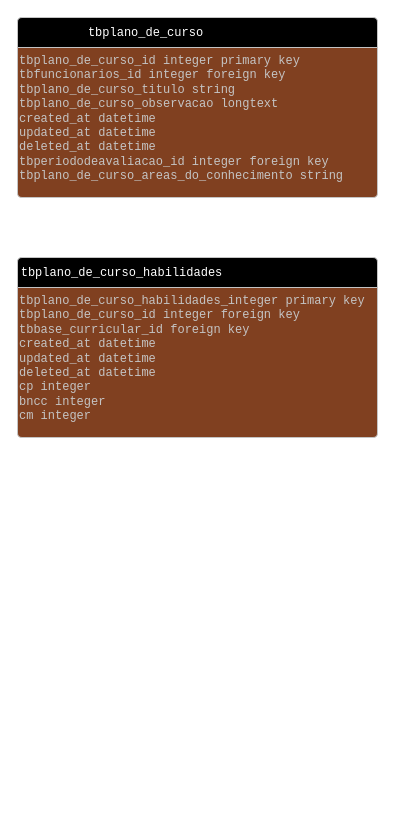
Before: Diagrama sem nome.drawio in DjalmaANeto/modelagem-planos-de-curso-aula, a draw.io diagram. Source tidied: cells renumbered, new cells numbered last; positions are measured from the earlier drawing's top-left corner, leaving out a move shared by most shapes. Both pictures are drawn from the tidied source at 100%, with x=0, y=0 at pixel (17, 17).
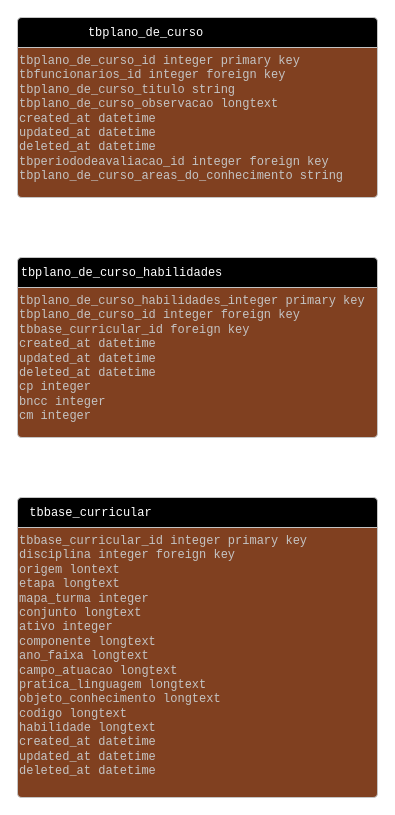
After the change.

The edit, as a diff of the source:
```diff
@@
 <mxGraphModel>
   <root>
     <mxCell id="0" />
     <mxCell id="1" parent="0" />
     <mxCell id="2" style="graphMlID=entity0;gradientDirection=east;shape=swimlane;startSize=30;rounded=1;arcSize=5;fillColor=undefined;strokeColor=#c4c4c4;strokeWidth=1.0;swimlaneFillColor=#804020;" parent="1" vertex="1">
       <mxGeometry width="360" height="180" as="geometry" />
     </mxCell>
     <mxCell id="3" value="tbplano_de_curso_id integer primary key&lt;br&gt;tbfuncionarios_id integer foreign key&lt;br&gt;tbplano_de_curso_titulo string&amp;nbsp;&lt;br&gt;tbplano_de_curso_observacao longtext&lt;br&gt;created_at datetime&lt;br&gt;updated_at datetime&lt;br&gt;deleted_at datetime&lt;br&gt;tbperiododeavaliacao_id integer foreign key&lt;br&gt;tbplano_de_curso_areas_do_conhecimento string" style="text;html=1;spacing=0;align=left;fontFamily=courier;fontSize=12;fontStyle=0;=center;fontColor=#c4c4c4;" parent="2" vertex="1">
       <mxGeometry x="2" y="31.7" width="358" height="148.3" as="geometry" />
     </mxCell>
     <mxCell id="4" value="tbplano_de_curso" style="text;html=1;spacing=0;align=center;fontFamily=courier;fontSize=12;fontStyle=0;=center;fontColor=#ffffff;" parent="2" vertex="1">
       <mxGeometry y="4" width="256" height="22" as="geometry" />
     </mxCell>
     <mxCell id="5" style="graphMlID=entity0;gradientDirection=east;shape=swimlane;startSize=30;rounded=1;arcSize=5;fillColor=undefined;strokeColor=#c4c4c4;strokeWidth=1.0;swimlaneFillColor=#804020;" parent="1" vertex="1">
       <mxGeometry y="240" width="360" height="180" as="geometry" />
     </mxCell>
     <mxCell id="6" value="tbplano_de_curso_habilidades_integer primary key&lt;br&gt;tbplano_de_curso_id integer foreign key&lt;br&gt;tbbase_curricular_id foreign key&lt;br&gt;created_at datetime&lt;br&gt;updated_at datetime&lt;br&gt;deleted_at datetime&lt;br&gt;cp integer&lt;br&gt;bncc integer&lt;br&gt;cm integer" style="text;html=1;spacing=0;align=left;fontFamily=courier;fontSize=12;fontStyle=0;=center;fontColor=#c4c4c4;" parent="5" vertex="1">
       <mxGeometry x="2" y="31.7" width="358" height="157" as="geometry" />
     </mxCell>
     <mxCell id="7" value="tbplano_de_curso_habilidades" style="text;html=1;spacing=0;align=center;fontFamily=courier;fontSize=12;fontStyle=0;=center;fontColor=#ffffff;" parent="5" vertex="1">
       <mxGeometry y="4" width="207" height="22" as="geometry" />
     </mxCell>
+    <mxCell id="8" style="graphMlID=entity0;gradientDirection=east;shape=swimlane;startSize=30;rounded=1;arcSize=5;fillColor=undefined;strokeColor=#c4c4c4;strokeWidth=1.0;swimlaneFillColor=#804020;" parent="1" vertex="1">
+      <mxGeometry y="480" width="360" height="300" as="geometry" />
+    </mxCell>
+    <mxCell id="9" value="tbbase_curricular_id integer primary key&lt;br&gt;disciplina integer foreign key&lt;br&gt;origem lontext&amp;nbsp;&lt;br&gt;etapa longtext&lt;br&gt;mapa_turma integer&lt;br&gt;conjunto longtext&lt;br&gt;ativo integer&lt;br&gt;componente longtext&lt;br&gt;ano_faixa longtext&lt;br&gt;campo_atuacao longtext&lt;br&gt;pratica_linguagem longtext&lt;br&gt;objeto_conhecimento longtext&lt;br&gt;codigo longtext&lt;br&gt;habilidade longtext&lt;br&gt;created_at datetime&lt;br&gt;updated_at datetime&lt;br&gt;deleted_at datetime&lt;span style=&quot;white-space: pre;&quot;&gt;&#9;&lt;/span&gt;" style="text;html=1;spacing=0;align=left;fontFamily=courier;fontSize=12;fontStyle=0;=center;fontColor=#c4c4c4;" parent="8" vertex="1">
+      <mxGeometry x="2" y="31.7" width="358" height="268.3" as="geometry" />
+    </mxCell>
+    <mxCell id="10" value="tbbase_curricular" style="text;html=1;spacing=0;align=center;fontFamily=courier;fontSize=12;fontStyle=0;=center;fontColor=#ffffff;" parent="8" vertex="1">
+      <mxGeometry y="4" width="146" height="22" as="geometry" />
+    </mxCell>
   </root>
 </mxGraphModel>
```
